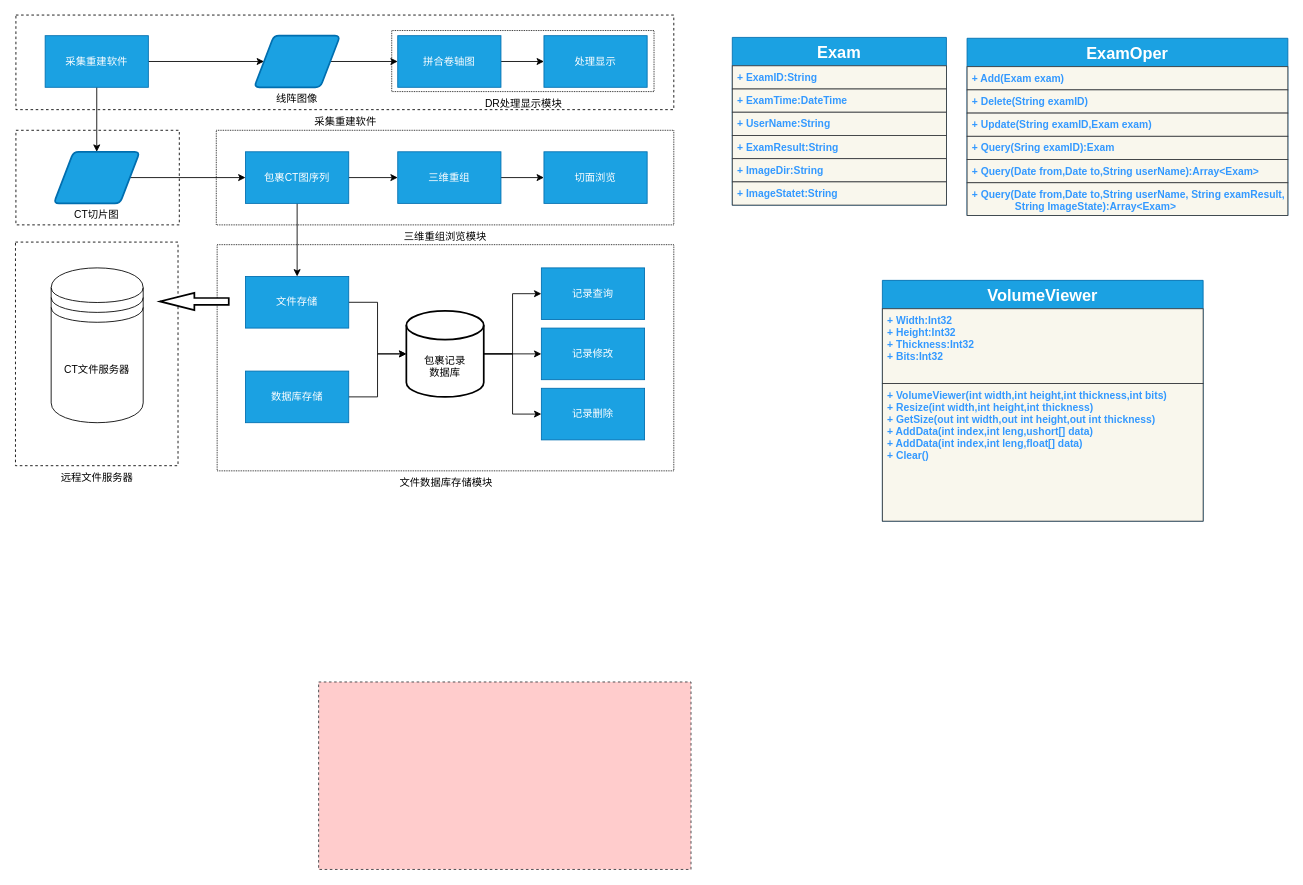
This is 安检CT.drawio from YanBingxin/hosts, a draw.io file, before an edit. Source tidied: cells renumbered, new cells numbered last; positions are measured from the earlier drawing's top-left corner, leaving out a move shared by most shapes. Both pictures are drawn from the tidied source at 86%, with x=0, y=0 at pixel (15, 15).
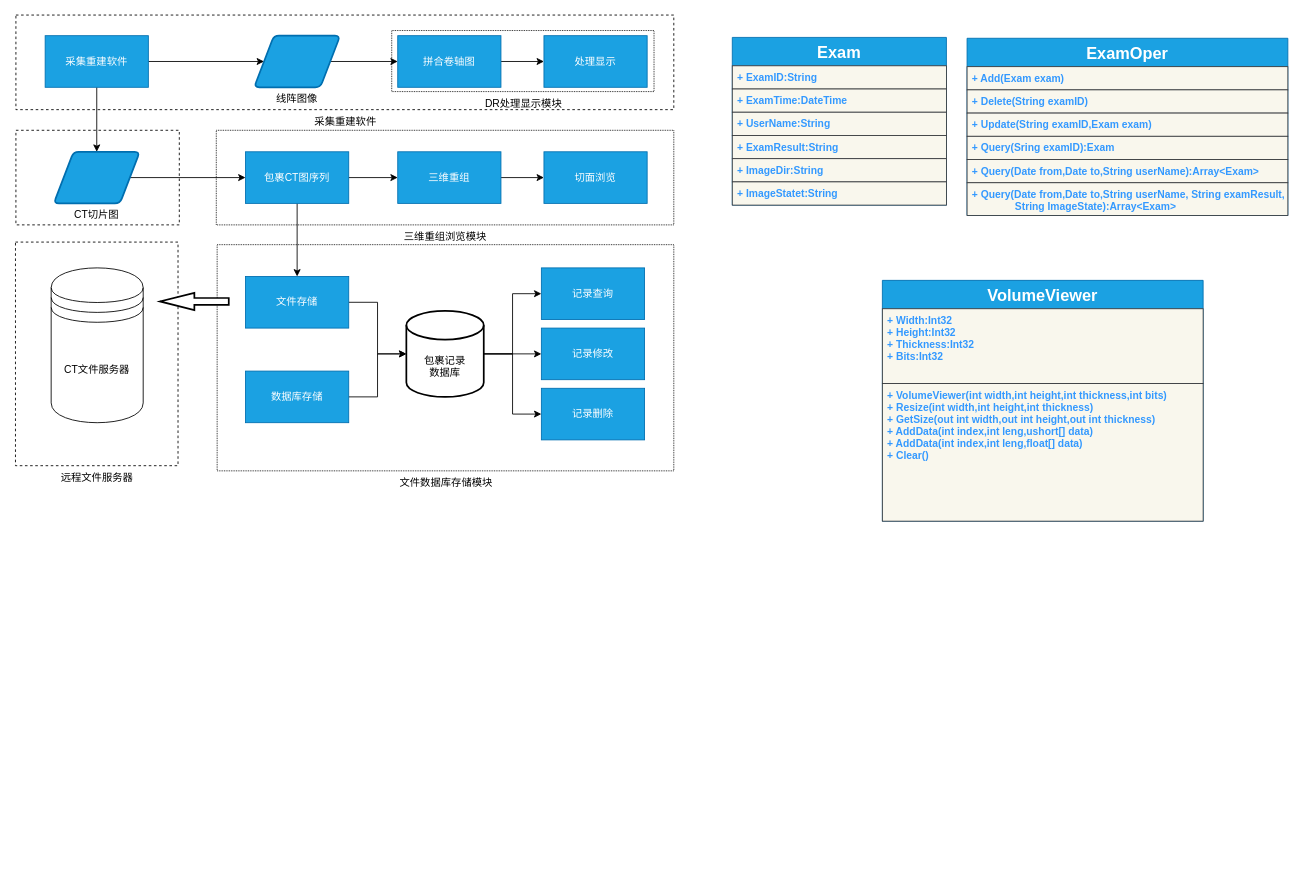
The same page after the edit.

What changed in the source:
```diff
@@
-    <mxCell id="2" style="rounded=0;whiteSpace=wrap;html=1;fontSize=19;align=center;dashed=1;fillColor=#ffcccc;strokeColor=#36393d;" parent="1" vertex="1">
-      <mxGeometry x="352" y="775.5" width="433" height="218" as="geometry" />
-    </mxCell>
```
